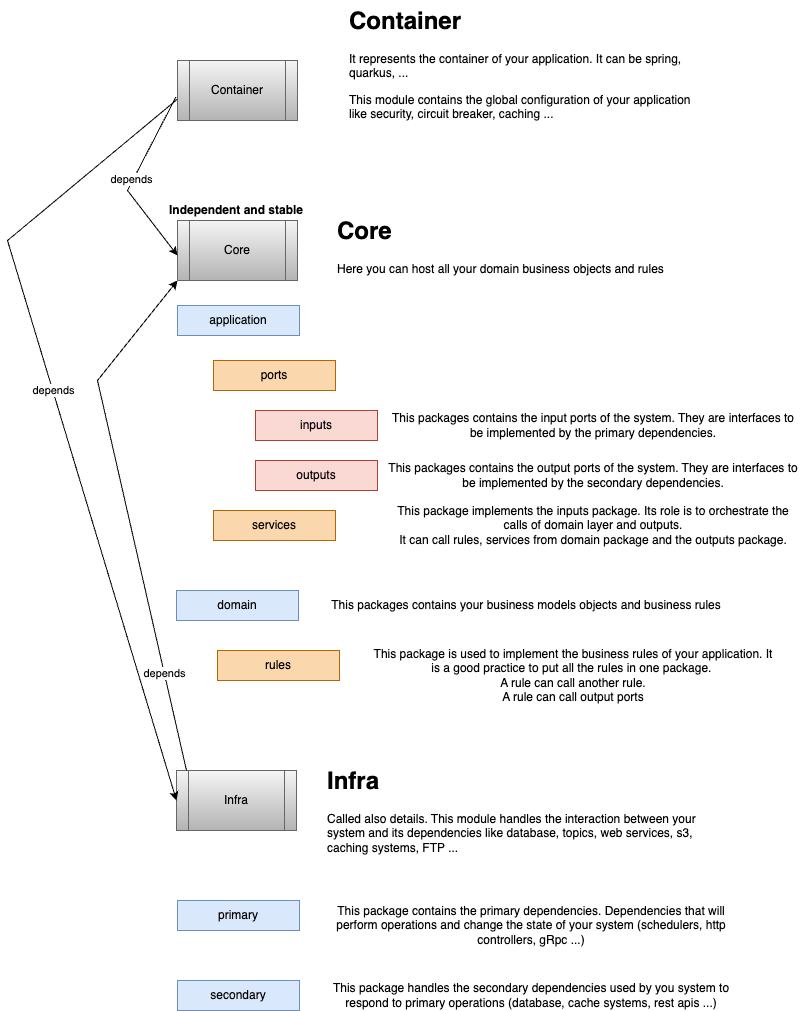
Earlier version of the draw.io export images/clean-architecture.drawio.png (mamdouni/clean-architecture-sample). Source tidied: cells renumbered, new cells last; positions are measured from the earlier drawing's top-left corner, leaving out a move shared by most shapes. The source it was exported from:
```xml
<mxGraphModel>
  <root>
    <mxCell id="0" />
    <mxCell id="1" parent="0" />
    <mxCell id="2" value="Container" style="shape=process;whiteSpace=wrap;html=1;backgroundOutline=1;fillColor=#f5f5f5;gradientColor=#b3b3b3;strokeColor=#666666;" parent="1" vertex="1">
      <mxGeometry x="170" y="60" width="120" height="60" as="geometry" />
    </mxCell>
    <mxCell id="3" value="Core" style="shape=process;whiteSpace=wrap;html=1;backgroundOutline=1;fillColor=#f5f5f5;gradientColor=#b3b3b3;strokeColor=#666666;" parent="1" vertex="1">
      <mxGeometry x="170" y="220" width="120" height="60" as="geometry" />
    </mxCell>
    <mxCell id="4" value="Infra" style="shape=process;whiteSpace=wrap;html=1;backgroundOutline=1;fillColor=#f5f5f5;gradientColor=#b3b3b3;strokeColor=#666666;" parent="1" vertex="1">
      <mxGeometry x="169" y="770" width="120" height="60" as="geometry" />
    </mxCell>
    <mxCell id="5" value="&lt;h1 style=&quot;margin-top: 0px;&quot;&gt;Container&lt;/h1&gt;&lt;p&gt;It represents the container of your application. It can be spring, quarkus, ...&lt;/p&gt;&lt;p&gt;This module contains the global configuration of your application like security, circuit breaker, caching ...&lt;/p&gt;" style="text;html=1;whiteSpace=wrap;overflow=hidden;rounded=0;" parent="1" vertex="1">
      <mxGeometry x="340" width="350" height="120" as="geometry" />
    </mxCell>
    <mxCell id="6" value="&lt;h1 style=&quot;margin-top: 0px;&quot;&gt;Core&lt;/h1&gt;&lt;p&gt;Here you can host all your domain business objects and rules&lt;/p&gt;" style="text;html=1;whiteSpace=wrap;overflow=hidden;rounded=0;" parent="1" vertex="1">
      <mxGeometry x="328" y="210" width="351" height="70" as="geometry" />
    </mxCell>
    <mxCell id="7" value="&lt;h1 style=&quot;margin-top: 0px;&quot;&gt;Infra&lt;/h1&gt;&lt;p&gt;Called also details. This module handles the interaction between your system and its dependencies like database, topics, web services, s3, caching systems, FTP ...&lt;/p&gt;" style="text;html=1;whiteSpace=wrap;overflow=hidden;rounded=0;" parent="1" vertex="1">
      <mxGeometry x="318" y="760" width="402" height="100" as="geometry" />
    </mxCell>
    <mxCell id="8" value="primary" style="rounded=0;whiteSpace=wrap;html=1;fillColor=#dae8fc;strokeColor=#6c8ebf;" parent="1" vertex="1">
      <mxGeometry x="170" y="900" width="122" height="30" as="geometry" />
    </mxCell>
    <mxCell id="9" value="This package contains the primary dependencies. Dependencies that will perform operations and change the state of your system (schedulers, http controllers, gRpc ...)" style="text;html=1;align=center;verticalAlign=middle;whiteSpace=wrap;rounded=0;" parent="1" vertex="1">
      <mxGeometry x="318" y="910" width="412" height="30" as="geometry" />
    </mxCell>
    <mxCell id="10" value="secondary" style="rounded=0;whiteSpace=wrap;html=1;fillColor=#dae8fc;strokeColor=#6c8ebf;" parent="1" vertex="1">
      <mxGeometry x="170" y="980" width="122" height="30" as="geometry" />
    </mxCell>
    <mxCell id="11" value="This package handles the secondary dependencies used by you system to respond to primary operations (database, cache systems, rest apis ...)" style="text;html=1;align=center;verticalAlign=middle;whiteSpace=wrap;rounded=0;" parent="1" vertex="1">
      <mxGeometry x="318" y="980" width="412" height="30" as="geometry" />
    </mxCell>
    <mxCell id="12" value="domain" style="rounded=0;whiteSpace=wrap;html=1;fillColor=#dae8fc;strokeColor=#6c8ebf;" parent="1" vertex="1">
      <mxGeometry x="169" y="590" width="122" height="30" as="geometry" />
    </mxCell>
    <mxCell id="13" value="application" style="rounded=0;whiteSpace=wrap;html=1;fillColor=#dae8fc;strokeColor=#6c8ebf;" parent="1" vertex="1">
      <mxGeometry x="170" y="305" width="122" height="30" as="geometry" />
    </mxCell>
    <mxCell id="14" value="ports" style="rounded=0;whiteSpace=wrap;html=1;fillColor=#fad7ac;strokeColor=#b46504;" parent="1" vertex="1">
      <mxGeometry x="206" y="360" width="122" height="30" as="geometry" />
    </mxCell>
    <mxCell id="15" value="inputs" style="rounded=0;whiteSpace=wrap;html=1;fillColor=#fad9d5;strokeColor=#ae4132;" parent="1" vertex="1">
      <mxGeometry x="248" y="410" width="122" height="30" as="geometry" />
    </mxCell>
    <mxCell id="16" value="outputs" style="rounded=0;whiteSpace=wrap;html=1;fillColor=#fad9d5;strokeColor=#ae4132;" parent="1" vertex="1">
      <mxGeometry x="248" y="460" width="122" height="30" as="geometry" />
    </mxCell>
    <mxCell id="17" value="This packages contains the input ports of the system. They are interfaces to be implemented by the primary dependencies." style="text;html=1;align=center;verticalAlign=middle;whiteSpace=wrap;rounded=0;" parent="1" vertex="1">
      <mxGeometry x="380" y="410" width="412" height="30" as="geometry" />
    </mxCell>
    <mxCell id="18" value="This packages contains the output ports of the system. They are interfaces to be implemented by the secondary dependencies." style="text;html=1;align=center;verticalAlign=middle;whiteSpace=wrap;rounded=0;" parent="1" vertex="1">
      <mxGeometry x="380" y="460" width="412" height="30" as="geometry" />
    </mxCell>
    <mxCell id="19" value="services" style="rounded=0;whiteSpace=wrap;html=1;fillColor=#fad7ac;strokeColor=#b46504;" parent="1" vertex="1">
      <mxGeometry x="206" y="510" width="122" height="30" as="geometry" />
    </mxCell>
    <mxCell id="20" value="This package implements the inputs package. Its role is to orchestrate the calls of domain layer and outputs.&lt;br&gt;It can call rules, services from domain package and the outputs package." style="text;html=1;align=center;verticalAlign=middle;whiteSpace=wrap;rounded=0;" parent="1" vertex="1">
      <mxGeometry x="380" y="510" width="412" height="30" as="geometry" />
    </mxCell>
    <mxCell id="21" value="rules" style="rounded=0;whiteSpace=wrap;html=1;fillColor=#fad7ac;strokeColor=#b46504;" parent="1" vertex="1">
      <mxGeometry x="210" y="650" width="122" height="30" as="geometry" />
    </mxCell>
    <mxCell id="22" value="This packages contains your business models objects and business rules" style="text;html=1;align=center;verticalAlign=middle;whiteSpace=wrap;rounded=0;" parent="1" vertex="1">
      <mxGeometry x="313" y="590" width="412" height="30" as="geometry" />
    </mxCell>
    <mxCell id="23" value="This package is used to implement the business rules of your application. It is a good practice to put all the rules in one package.&amp;nbsp;&lt;div&gt;A rule can call another rule.&lt;/div&gt;&lt;div&gt;A rule can call output ports&lt;/div&gt;" style="text;html=1;align=center;verticalAlign=middle;whiteSpace=wrap;rounded=0;" parent="1" vertex="1">
      <mxGeometry x="360" y="660" width="412" height="30" as="geometry" />
    </mxCell>
    <mxCell id="24" style="endArrow=classic;html=1;rounded=0;exitX=-0.014;exitY=0.612;exitDx=0;exitDy=0;exitPerimeter=0;" parent="1" edge="1" source="2">
      <mxGeometry relative="1" as="geometry">
        <mxPoint x="170" y="255" as="targetPoint" />
        <Array as="points">
          <mxPoint x="120" y="190" />
        </Array>
      </mxGeometry>
    </mxCell>
    <mxCell id="25" value="depends" style="edgeLabel;html=1;align=center;verticalAlign=middle;" parent="24" vertex="1">
      <mxGeometry y="-2" relative="1" as="geometry" />
    </mxCell>
    <mxCell id="26" style="endArrow=classic;html=1;rounded=0;entryX=0;entryY=0.5;entryDx=0;entryDy=0;exitX=-0.001;exitY=0.645;exitDx=0;exitDy=0;exitPerimeter=0;" parent="1" edge="1" source="2" target="4">
      <mxGeometry relative="1" as="geometry">
        <Array as="points">
          <mxPoint y="240" />
        </Array>
      </mxGeometry>
    </mxCell>
    <mxCell id="27" value="depends" style="edgeLabel;html=1;align=center;verticalAlign=middle;" parent="26" vertex="1">
      <mxGeometry x="-0.06" relative="1" as="geometry" />
    </mxCell>
    <mxCell id="28" style="endArrow=classic;html=1;rounded=0;entryX=0;entryY=1;entryDx=0;entryDy=0;exitX=0;exitY=1;exitDx=0;exitDy=0;" parent="1" edge="1" target="3">
      <mxGeometry relative="1" as="geometry">
        <mxPoint x="179" y="770" as="sourcePoint" />
        <Array as="points">
          <mxPoint x="90" y="380" />
        </Array>
      </mxGeometry>
    </mxCell>
    <mxCell id="29" value="depends" style="edgeLabel;html=1;align=center;verticalAlign=middle;" parent="28" vertex="1">
      <mxGeometry x="-0.62" relative="1" as="geometry" />
    </mxCell>
    <mxCell id="30" value="&lt;font size=&quot;1&quot; style=&quot;&quot;&gt;&lt;b style=&quot;font-size: 12px;&quot;&gt;Independent and stable&lt;/b&gt;&lt;/font&gt;" style="text;html=1;align=center;verticalAlign=middle;whiteSpace=wrap;rounded=0;" parent="1" vertex="1">
      <mxGeometry x="159" y="195" width="140" height="30" as="geometry" />
    </mxCell>
  </root>
</mxGraphModel>
```
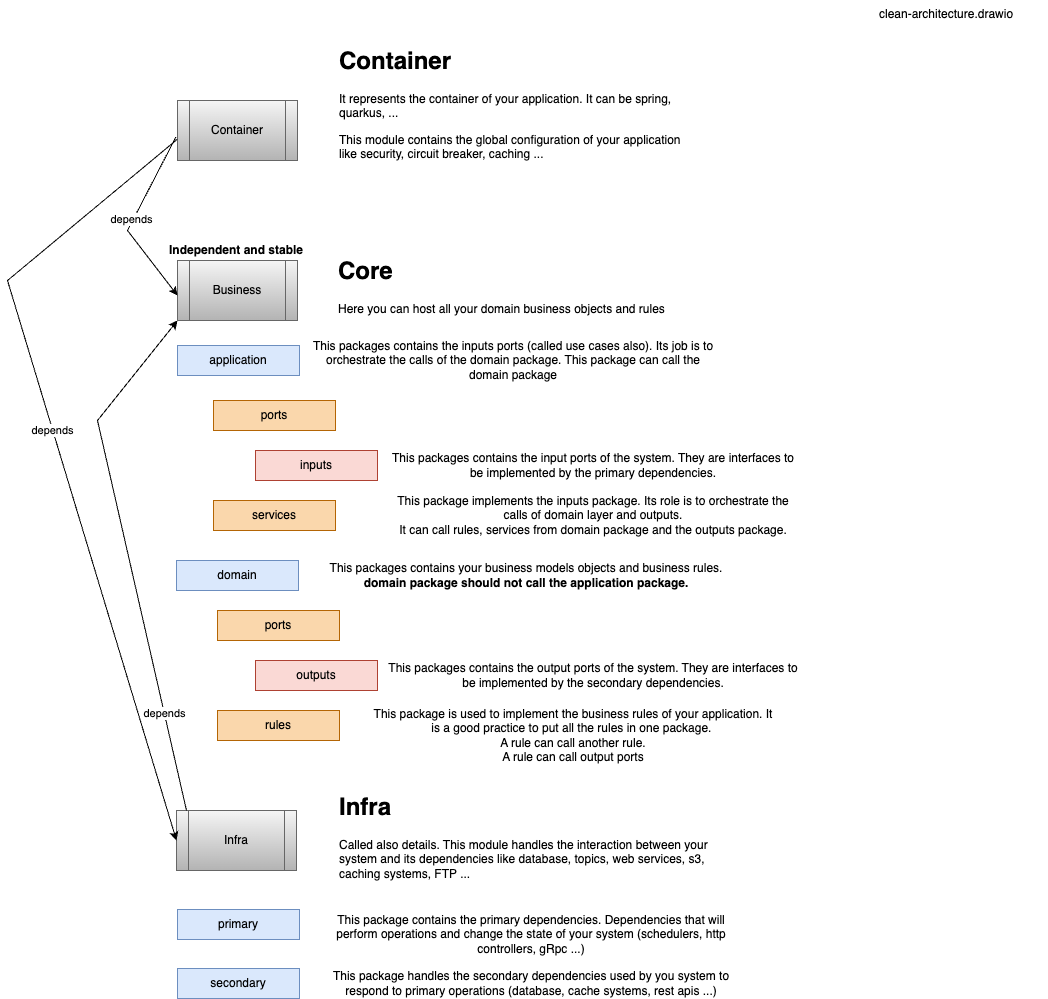
Later version of the same file.

The edit, as a diff of the source:
```diff
@@ -5,35 +5,35 @@
     <mxCell id="2" value="Container" style="shape=process;whiteSpace=wrap;html=1;backgroundOutline=1;fillColor=#f5f5f5;gradientColor=#b3b3b3;strokeColor=#666666;" parent="1" vertex="1">
       <mxGeometry x="170" y="60" width="120" height="60" as="geometry" />
     </mxCell>
-    <mxCell id="3" value="Core" style="shape=process;whiteSpace=wrap;html=1;backgroundOutline=1;fillColor=#f5f5f5;gradientColor=#b3b3b3;strokeColor=#666666;" parent="1" vertex="1">
+    <mxCell id="3" value="Business" style="shape=process;whiteSpace=wrap;html=1;backgroundOutline=1;fillColor=#f5f5f5;gradientColor=#b3b3b3;strokeColor=#666666;" parent="1" vertex="1">
       <mxGeometry x="170" y="220" width="120" height="60" as="geometry" />
     </mxCell>
     <mxCell id="4" value="Infra" style="shape=process;whiteSpace=wrap;html=1;backgroundOutline=1;fillColor=#f5f5f5;gradientColor=#b3b3b3;strokeColor=#666666;" parent="1" vertex="1">
       <mxGeometry x="169" y="770" width="120" height="60" as="geometry" />
     </mxCell>
     <mxCell id="5" value="&lt;h1 style=&quot;margin-top: 0px;&quot;&gt;Container&lt;/h1&gt;&lt;p&gt;It represents the container of your application. It can be spring, quarkus, ...&lt;/p&gt;&lt;p&gt;This module contains the global configuration of your application like security, circuit breaker, caching ...&lt;/p&gt;" style="text;html=1;whiteSpace=wrap;overflow=hidden;rounded=0;" parent="1" vertex="1">
-      <mxGeometry x="340" width="350" height="120" as="geometry" />
+      <mxGeometry x="330" width="350" height="120" as="geometry" />
     </mxCell>
     <mxCell id="6" value="&lt;h1 style=&quot;margin-top: 0px;&quot;&gt;Core&lt;/h1&gt;&lt;p&gt;Here you can host all your domain business objects and rules&lt;/p&gt;" style="text;html=1;whiteSpace=wrap;overflow=hidden;rounded=0;" parent="1" vertex="1">
-      <mxGeometry x="328" y="210" width="351" height="70" as="geometry" />
+      <mxGeometry x="329" y="210" width="351" height="70" as="geometry" />
     </mxCell>
     <mxCell id="7" value="&lt;h1 style=&quot;margin-top: 0px;&quot;&gt;Infra&lt;/h1&gt;&lt;p&gt;Called also details. This module handles the interaction between your system and its dependencies like database, topics, web services, s3, caching systems, FTP ...&lt;/p&gt;" style="text;html=1;whiteSpace=wrap;overflow=hidden;rounded=0;" parent="1" vertex="1">
-      <mxGeometry x="318" y="760" width="402" height="100" as="geometry" />
+      <mxGeometry x="330" y="746" width="402" height="100" as="geometry" />
     </mxCell>
     <mxCell id="8" value="primary" style="rounded=0;whiteSpace=wrap;html=1;fillColor=#dae8fc;strokeColor=#6c8ebf;" parent="1" vertex="1">
-      <mxGeometry x="170" y="900" width="122" height="30" as="geometry" />
+      <mxGeometry x="170" y="869" width="122" height="30" as="geometry" />
     </mxCell>
     <mxCell id="9" value="This package contains the primary dependencies. Dependencies that will perform operations and change the state of your system (schedulers, http controllers, gRpc ...)" style="text;html=1;align=center;verticalAlign=middle;whiteSpace=wrap;rounded=0;" parent="1" vertex="1">
-      <mxGeometry x="318" y="910" width="412" height="30" as="geometry" />
+      <mxGeometry x="318" y="879" width="412" height="30" as="geometry" />
     </mxCell>
     <mxCell id="10" value="secondary" style="rounded=0;whiteSpace=wrap;html=1;fillColor=#dae8fc;strokeColor=#6c8ebf;" parent="1" vertex="1">
-      <mxGeometry x="170" y="980" width="122" height="30" as="geometry" />
+      <mxGeometry x="170" y="928" width="122" height="30" as="geometry" />
     </mxCell>
     <mxCell id="11" value="This package handles the secondary dependencies used by you system to respond to primary operations (database, cache systems, rest apis ...)" style="text;html=1;align=center;verticalAlign=middle;whiteSpace=wrap;rounded=0;" parent="1" vertex="1">
-      <mxGeometry x="318" y="980" width="412" height="30" as="geometry" />
+      <mxGeometry x="318" y="928" width="412" height="30" as="geometry" />
     </mxCell>
     <mxCell id="12" value="domain" style="rounded=0;whiteSpace=wrap;html=1;fillColor=#dae8fc;strokeColor=#6c8ebf;" parent="1" vertex="1">
-      <mxGeometry x="169" y="590" width="122" height="30" as="geometry" />
+      <mxGeometry x="169" y="520" width="122" height="30" as="geometry" />
     </mxCell>
     <mxCell id="13" value="application" style="rounded=0;whiteSpace=wrap;html=1;fillColor=#dae8fc;strokeColor=#6c8ebf;" parent="1" vertex="1">
       <mxGeometry x="170" y="305" width="122" height="30" as="geometry" />
@@ -45,28 +45,28 @@
       <mxGeometry x="248" y="410" width="122" height="30" as="geometry" />
     </mxCell>
     <mxCell id="16" value="outputs" style="rounded=0;whiteSpace=wrap;html=1;fillColor=#fad9d5;strokeColor=#ae4132;" parent="1" vertex="1">
-      <mxGeometry x="248" y="460" width="122" height="30" as="geometry" />
+      <mxGeometry x="248" y="620" width="122" height="30" as="geometry" />
     </mxCell>
     <mxCell id="17" value="This packages contains the input ports of the system. They are interfaces to be implemented by the primary dependencies." style="text;html=1;align=center;verticalAlign=middle;whiteSpace=wrap;rounded=0;" parent="1" vertex="1">
       <mxGeometry x="380" y="410" width="412" height="30" as="geometry" />
     </mxCell>
     <mxCell id="18" value="This packages contains the output ports of the system. They are interfaces to be implemented by the secondary dependencies." style="text;html=1;align=center;verticalAlign=middle;whiteSpace=wrap;rounded=0;" parent="1" vertex="1">
-      <mxGeometry x="380" y="460" width="412" height="30" as="geometry" />
+      <mxGeometry x="380" y="620" width="412" height="30" as="geometry" />
     </mxCell>
     <mxCell id="19" value="services" style="rounded=0;whiteSpace=wrap;html=1;fillColor=#fad7ac;strokeColor=#b46504;" parent="1" vertex="1">
-      <mxGeometry x="206" y="510" width="122" height="30" as="geometry" />
+      <mxGeometry x="206" y="460" width="122" height="30" as="geometry" />
     </mxCell>
     <mxCell id="20" value="This package implements the inputs package. Its role is to orchestrate the calls of domain layer and outputs.&lt;br&gt;It can call rules, services from domain package and the outputs package." style="text;html=1;align=center;verticalAlign=middle;whiteSpace=wrap;rounded=0;" parent="1" vertex="1">
-      <mxGeometry x="380" y="510" width="412" height="30" as="geometry" />
+      <mxGeometry x="380" y="460" width="412" height="30" as="geometry" />
     </mxCell>
     <mxCell id="21" value="rules" style="rounded=0;whiteSpace=wrap;html=1;fillColor=#fad7ac;strokeColor=#b46504;" parent="1" vertex="1">
-      <mxGeometry x="210" y="650" width="122" height="30" as="geometry" />
+      <mxGeometry x="210" y="670" width="122" height="30" as="geometry" />
     </mxCell>
-    <mxCell id="22" value="This packages contains your business models objects and business rules" style="text;html=1;align=center;verticalAlign=middle;whiteSpace=wrap;rounded=0;" parent="1" vertex="1">
-      <mxGeometry x="313" y="590" width="412" height="30" as="geometry" />
+    <mxCell id="22" value="This packages contains your business models objects and business rules. &lt;b&gt;domain package should not call the application package.&lt;/b&gt;" style="text;html=1;align=center;verticalAlign=middle;whiteSpace=wrap;rounded=0;" parent="1" vertex="1">
+      <mxGeometry x="313" y="520" width="412" height="30" as="geometry" />
     </mxCell>
     <mxCell id="23" value="This package is used to implement the business rules of your application. It is a good practice to put all the rules in one package.&amp;nbsp;&lt;div&gt;A rule can call another rule.&lt;/div&gt;&lt;div&gt;A rule can call output ports&lt;/div&gt;" style="text;html=1;align=center;verticalAlign=middle;whiteSpace=wrap;rounded=0;" parent="1" vertex="1">
-      <mxGeometry x="360" y="660" width="412" height="30" as="geometry" />
+      <mxGeometry x="360" y="680" width="412" height="30" as="geometry" />
     </mxCell>
     <mxCell id="24" style="endArrow=classic;html=1;rounded=0;exitX=-0.014;exitY=0.612;exitDx=0;exitDy=0;exitPerimeter=0;" parent="1" edge="1" source="2">
       <mxGeometry relative="1" as="geometry">
@@ -103,5 +103,14 @@
     <mxCell id="30" value="&lt;font size=&quot;1&quot; style=&quot;&quot;&gt;&lt;b style=&quot;font-size: 12px;&quot;&gt;Independent and stable&lt;/b&gt;&lt;/font&gt;" style="text;html=1;align=center;verticalAlign=middle;whiteSpace=wrap;rounded=0;" parent="1" vertex="1">
       <mxGeometry x="159" y="195" width="140" height="30" as="geometry" />
     </mxCell>
+    <mxCell id="31" value="ports" style="rounded=0;whiteSpace=wrap;html=1;fillColor=#fad7ac;strokeColor=#b46504;" parent="1" vertex="1">
+      <mxGeometry x="210" y="570" width="122" height="30" as="geometry" />
+    </mxCell>
+    <mxCell id="32" value="clean-architecture.drawio" style="text;whiteSpace=wrap;html=1;" parent="1" vertex="1">
+      <mxGeometry x="870" y="-40" width="170" height="40" as="geometry" />
+    </mxCell>
+    <mxCell id="33" value="This packages contains the inputs ports (called use cases also). Its job is to orchestrate the calls of the domain package. This package can call the domain package" style="text;html=1;align=center;verticalAlign=middle;whiteSpace=wrap;rounded=0;" parent="1" vertex="1">
+      <mxGeometry x="300" y="305" width="412" height="30" as="geometry" />
+    </mxCell>
   </root>
 </mxGraphModel>
```
